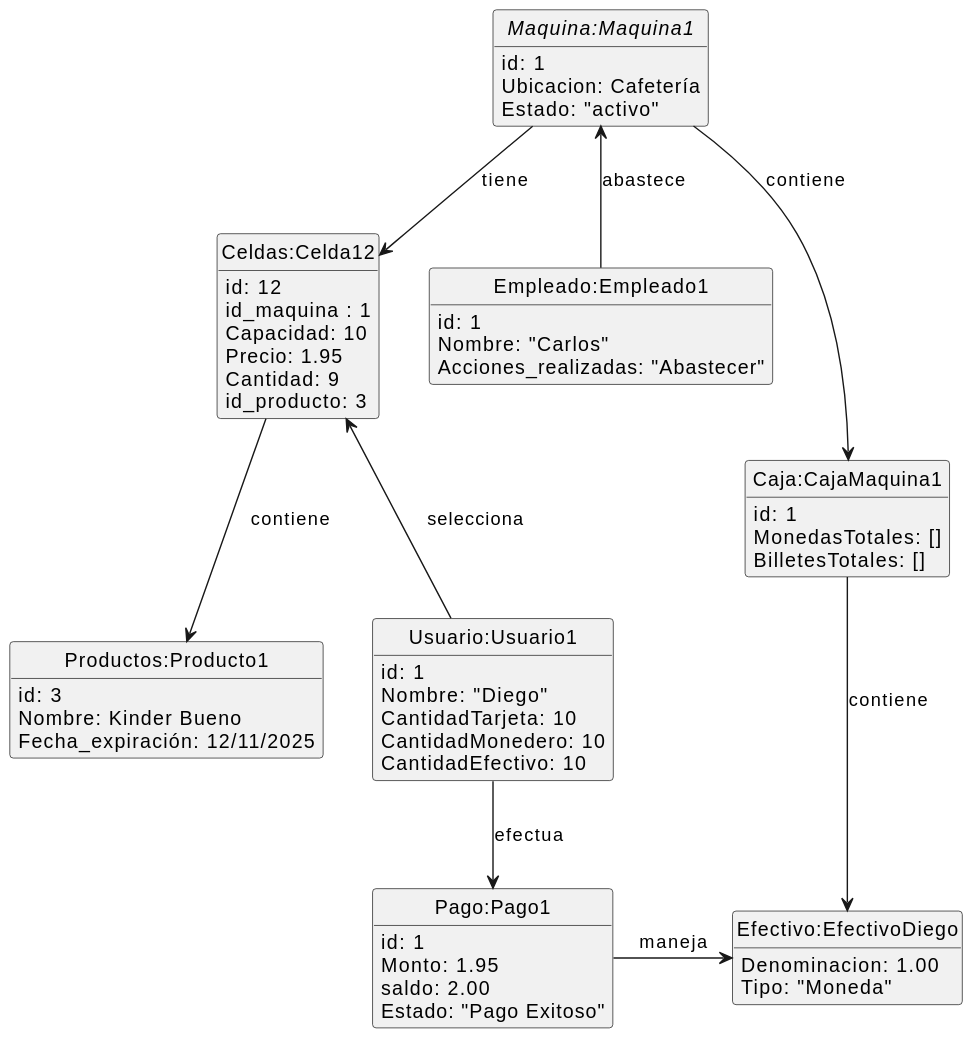
This is documentos/modeloDeDominio/diagramaDeObjetos/diagramaDeObjetos.svg from mmasias/24-25-IdSw2-SDD, a PlantUML export, as it was before one commit.
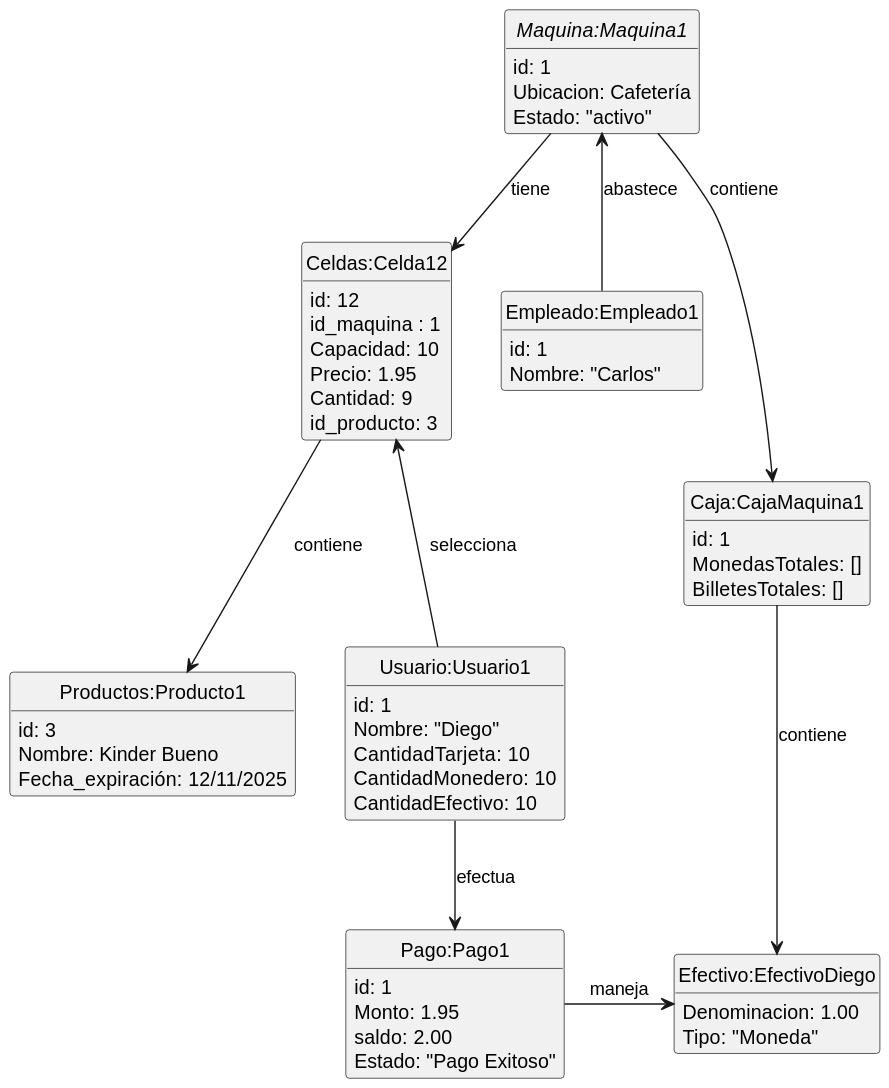
Above is the later version.

Commit message:
Remove 'Acciones_realizadas' attribute from Empleado class in UML diagram and update SVG representation. Add Empleado class implementation in Java.

The edit, as a diff of the source:
```diff
@@ -42,7 +42,6 @@
 class "Empleado:Empleado1"{
    id: 1
    Nombre: "Carlos"
-   Acciones_realizadas: "Abastecer"
 
 }
 
```
